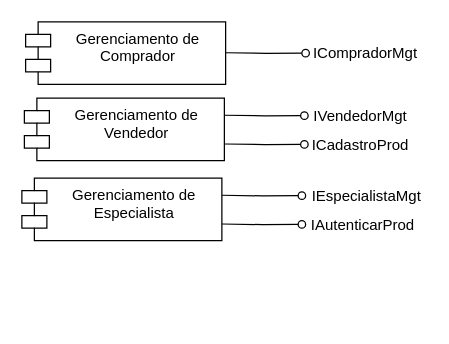
This is page "Componentes de Negocio" (5 of 7) of DiagramasDeModelagem.drawio from luca-moraes/projetoCorintoModelagem, a draw.io file, before an edit. Source tidied: cells renumbered, new cells numbered last; positions are measured from the earlier drawing's top-left corner, leaving out a move shared by most shapes. Both pictures are drawn from the tidied source at 125%, with x=0, y=0 at pixel (21, 21).
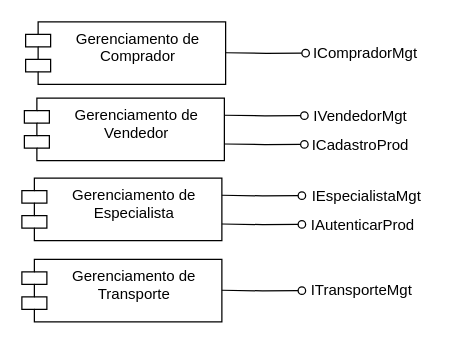
The same page after the edit.

What changed in the source:
```diff
@@
+    <mxCell id="15" value="Gerenciamento de Transporte" style="shape=module;align=center;spacingLeft=20;align=center;verticalAlign=top;whiteSpace=wrap;html=1;" parent="1" vertex="1">
+      <mxGeometry y="190" width="160" height="50" as="geometry" />
+    </mxCell>
+    <mxCell id="16" style="edgeStyle=orthogonalEdgeStyle;rounded=0;jettySize=auto;html=1;exitX=1;exitY=0.25;exitDx=0;exitDy=0;endArrow=oval;endFill=0;strokeWidth=1;jumpSize=6;" parent="1" edge="1" target="17">
+      <mxGeometry relative="1" as="geometry">
+        <mxPoint x="160" y="214.7" as="sourcePoint" />
+      </mxGeometry>
+    </mxCell>
+    <mxCell id="17" value="ITransporteMgt" style="text;html=1;strokeColor=none;fillColor=none;align=center;verticalAlign=middle;whiteSpace=wrap;rounded=0;" parent="1" vertex="1">
+      <mxGeometry x="224" y="200" width="96" height="30" as="geometry" />
+    </mxCell>
```
